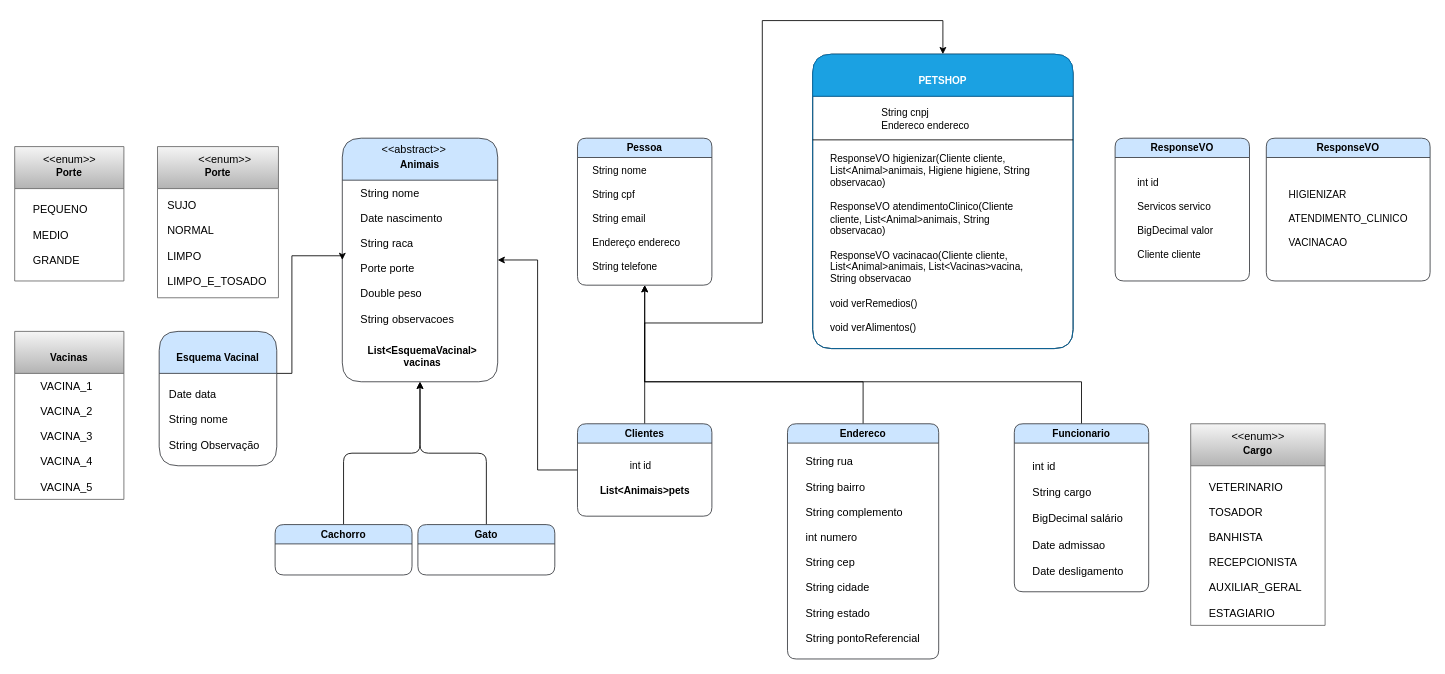
Above: Diagrama sem nome.drawio in KassiaES/PetShop947 (draw.io), before the change. Source tidied: cells renumbered, new cells numbered last; positions are measured from the earlier drawing's top-left corner, leaving out a move shared by most shapes. Both pictures are drawn from the tidied source at 84%, with x=0, y=0 at pixel (14, 20).
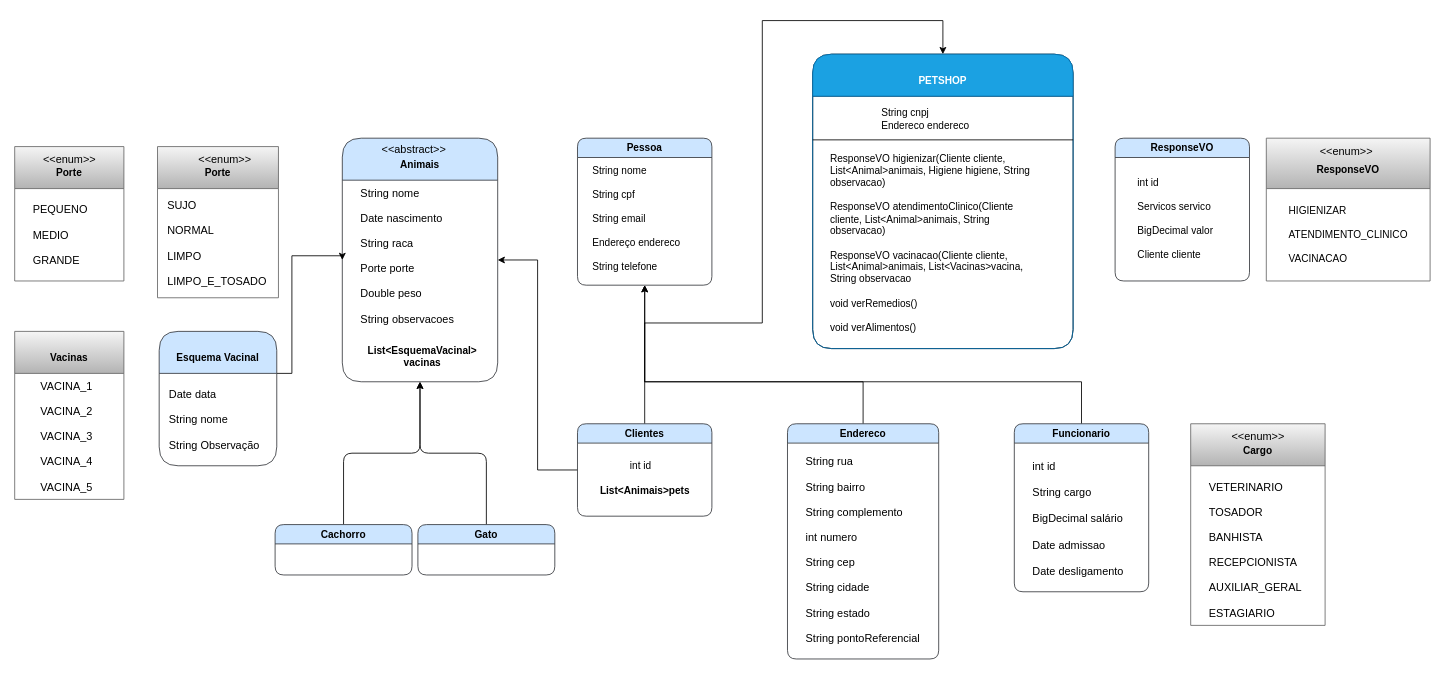
Above is the later version.

What changed in the source:
```diff
@@
-    <mxCell id="45" value="ResponseVO" style="swimlane;whiteSpace=wrap;html=1;rounded=1;fillColor=#cce5ff;strokeColor=#36393d;" parent="1" vertex="1">
+    <mxCell id="45" value="&lt;br&gt;ResponseVO" style="swimlane;whiteSpace=wrap;html=1;rounded=0;fillColor=#f5f5f5;strokeColor=#666666;startSize=60;gradientColor=#b3b3b3;" parent="1" vertex="1">
       <mxGeometry x="1490" y="140" width="195" height="170" as="geometry" />
     </mxCell>
@@
     <mxCell id="47" value="HIGIENIZAR&lt;br&gt;&lt;br&gt;ATENDIMENTO_CLINICO&lt;br&gt;&lt;br&gt;VACINACAO" style="text;html=1;align=left;verticalAlign=middle;strokeColor=none;fillColor=none;" parent="45" vertex="1">
-      <mxGeometry x="25" y="51" width="170" height="90" as="geometry" />
+      <mxGeometry x="25" y="70" width="170" height="90" as="geometry" />
     </mxCell>
+    <mxCell id="48" value="&amp;lt;&amp;lt;enum&amp;gt;&amp;gt;" style="text;html=1;align=center;verticalAlign=middle;strokeColor=none;fillColor=none;fontSize=13;" parent="45" vertex="1">
+      <mxGeometry x="50" width="90" height="30" as="geometry" />
+    </mxCell>
```
